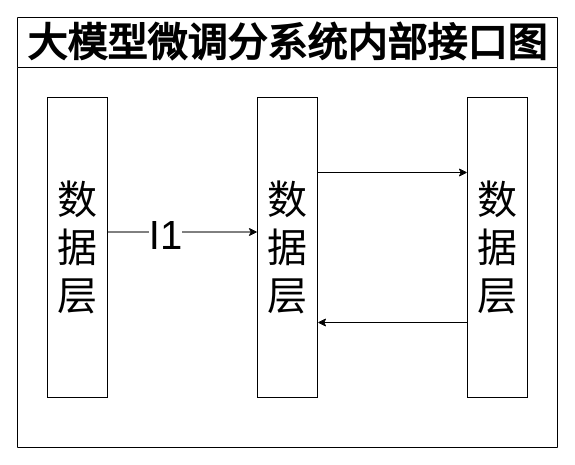
Above: 未命名绘图.drawio in LovenSar/- (draw.io), before the change. Source tidied: cells renumbered, new cells numbered last; positions are measured from the earlier drawing's top-left corner, leaving out a move shared by most shapes. Both pictures are drawn from the tidied source at 100%, with x=0, y=0 at pixel (17, 17).
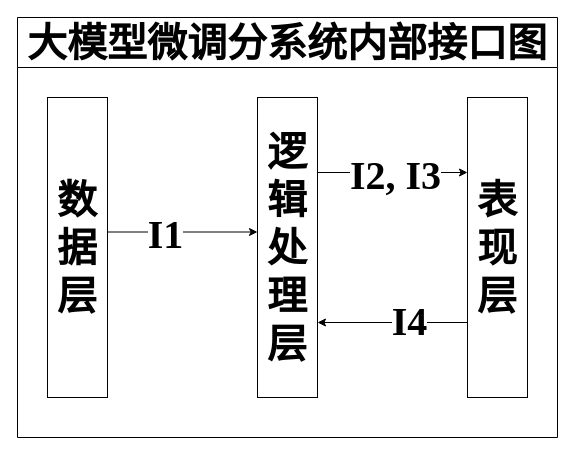
Above is the later version.

Commit message (it also covers changes not shown here):
更新未命名绘图.drawio

The edit, as a diff of the source:
```diff
@@
 <mxGraphModel>
   <root>
     <mxCell id="0" />
     <mxCell id="1" parent="0" />
-    <mxCell id="2" value="&lt;span style=&quot;font-family: 宋体;&quot;&gt;&lt;font style=&quot;font-size: 40px;&quot;&gt;大模型微调分系统内部接口图&lt;/font&gt;&lt;/span&gt;" style="swimlane;whiteSpace=wrap;html=1;startSize=50;" parent="1" vertex="1">
-      <mxGeometry width="540" height="430" as="geometry" />
+    <mxCell id="2" value="&lt;span style=&quot;&quot;&gt;&lt;font style=&quot;font-size: 40px;&quot;&gt;大模型微调分系统内部接口图&lt;/font&gt;&lt;/span&gt;" style="swimlane;whiteSpace=wrap;html=1;startSize=50;fontFamily=宋体;" parent="1" vertex="1">
+      <mxGeometry width="540" height="420" as="geometry" />
     </mxCell>
-    <mxCell id="3" value="数据层" style="rounded=0;whiteSpace=wrap;html=1;fillColor=none;fontSize=40;" parent="2" vertex="1">
+    <mxCell id="3" value="&lt;font&gt;数据层&lt;/font&gt;" style="rounded=0;whiteSpace=wrap;html=1;fillColor=none;fontSize=40;fontFamily=宋体;fontStyle=1;" parent="2" vertex="1">
       <mxGeometry x="30" y="80" width="60" height="300" as="geometry" />
     </mxCell>
-    <mxCell id="4" value="数据层" style="rounded=0;whiteSpace=wrap;html=1;fillColor=none;fontSize=40;" parent="2" vertex="1">
+    <mxCell id="4" value="逻辑处理层" style="rounded=0;whiteSpace=wrap;html=1;fillColor=none;fontSize=40;fontFamily=宋体;fontStyle=1;" parent="2" vertex="1">
       <mxGeometry x="240" y="80" width="60" height="300" as="geometry" />
     </mxCell>
-    <mxCell id="5" value="数据层" style="rounded=0;whiteSpace=wrap;html=1;fillColor=none;fontSize=40;" parent="2" vertex="1">
+    <mxCell id="5" value="表现层" style="rounded=0;whiteSpace=wrap;html=1;fillColor=none;fontSize=40;fontFamily=宋体;fontStyle=1;" parent="2" vertex="1">
       <mxGeometry x="450" y="80" width="60" height="300" as="geometry" />
     </mxCell>
-    <mxCell id="6" style="endArrow=classic;html=1;rounded=0;exitX=1;exitY=0.25;exitDx=0;exitDy=0;entryX=0;entryY=0.25;entryDx=0;entryDy=0;fontSize=20;" parent="2" edge="1">
+    <mxCell id="6" style="endArrow=classic;html=1;rounded=0;exitX=1;exitY=0.25;exitDx=0;exitDy=0;entryX=0;entryY=0.25;entryDx=0;entryDy=0;fontSize=20;fontFamily=宋体;fontStyle=1;" parent="2" edge="1">
       <mxGeometry relative="1" as="geometry">
         <mxPoint x="90" y="214.5" as="sourcePoint" />
         <mxPoint x="240" y="214.5" as="targetPoint" />
       </mxGeometry>
     </mxCell>
-    <mxCell id="7" value="I1" style="edgeLabel;html=1;align=center;verticalAlign=middle;fontSize=40;" parent="6" vertex="1">
+    <mxCell id="7" value="I1" style="edgeLabel;html=1;align=center;verticalAlign=middle;fontSize=40;fontFamily=Times New Roman;fontStyle=1;" parent="6" vertex="1">
       <mxGeometry x="-0.24" y="-2" relative="1" as="geometry" />
     </mxCell>
-    <mxCell id="8" style="endArrow=classic;html=1;rounded=0;exitX=1;exitY=0.25;exitDx=0;exitDy=0;entryX=0;entryY=0.25;entryDx=0;entryDy=0;fontSize=20;" parent="2" edge="1" source="4" target="5">
+    <mxCell id="8" style="endArrow=classic;html=1;rounded=0;exitX=1;exitY=0.25;exitDx=0;exitDy=0;entryX=0;entryY=0.25;entryDx=0;entryDy=0;fontSize=20;fontFamily=宋体;fontStyle=1;" parent="2" edge="1" source="4" target="5">
       <mxGeometry relative="1" as="geometry" />
     </mxCell>
+    <mxCell id="10" value="I2, I3" style="edgeLabel;html=1;align=center;verticalAlign=middle;fontSize=40;fontFamily=Times New Roman;fontStyle=1;" parent="8" vertex="1">
+      <mxGeometry x="0.02" y="-2" relative="1" as="geometry" />
+    </mxCell>
-    <mxCell id="9" style="endArrow=classic;html=1;rounded=0;fontSize=20;exitX=0;exitY=0.75;exitDx=0;exitDy=0;entryX=1;entryY=0.75;entryDx=0;entryDy=0;" parent="2" edge="1" source="5" target="4">
+    <mxCell id="9" style="endArrow=classic;html=1;rounded=0;fontSize=20;exitX=0;exitY=0.75;exitDx=0;exitDy=0;entryX=1;entryY=0.75;entryDx=0;entryDy=0;fontFamily=宋体;fontStyle=1;" parent="2" edge="1" source="5" target="4">
       <mxGeometry relative="1" as="geometry" />
     </mxCell>
+    <mxCell id="11" value="I4" style="edgeLabel;html=1;align=center;verticalAlign=middle;fontSize=40;fontFamily=Times New Roman;fontStyle=1;" parent="9" vertex="1">
+      <mxGeometry x="-0.21" y="-1" relative="1" as="geometry" />
+    </mxCell>
   </root>
 </mxGraphModel>
```
